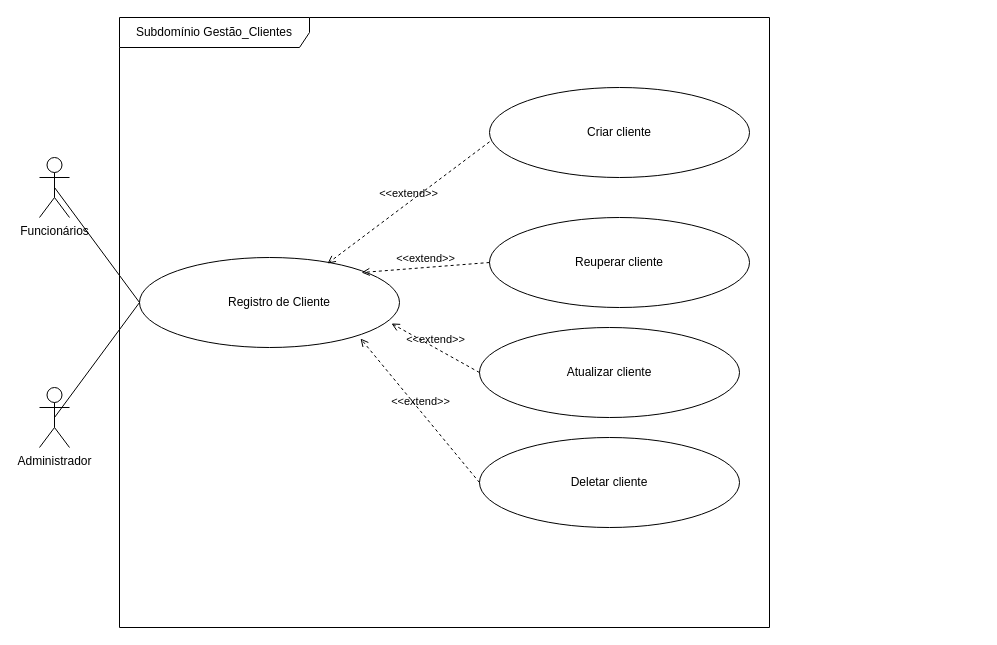
Earlier version of the draw.io diagram page "Subdomínio-Gestão_Clientes" (2 of 5) of requirements/feedtrack-caso-uso.drawio (equipe-feedtrack/feedtrack-server). Source tidied: cells renumbered, new cells numbered last; positions are measured from the earlier drawing's top-left corner, leaving out a move shared by most shapes. Both pictures are drawn from the tidied source at 100%, with x=0, y=0 at pixel (39, 17).
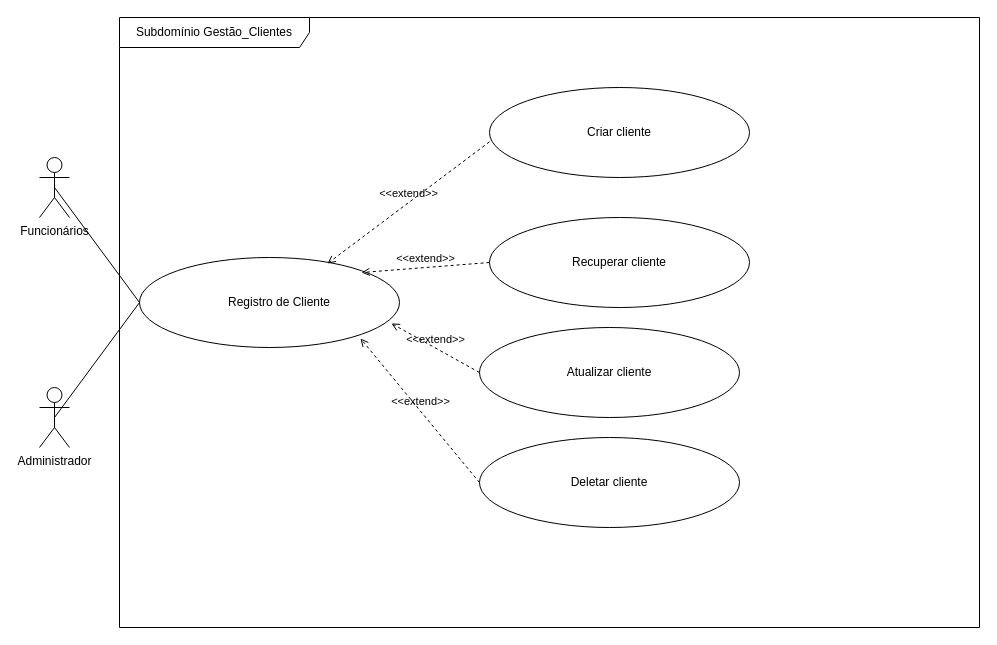
The same page after the edit.

The change refers to these unchanged cells:
```xml
<mxCell id="9" style="shape=ellipse;horizontal=1;html=1;dashed=0;" parent="4" vertex="1">
  <mxGeometry x="370" y="200" width="260" height="90" as="geometry" />
</mxCell>
```

The edit, as a diff of the source:
```diff
@@
     <mxCell id="4" value="Subdomínio Gestão_Clien&lt;span style=&quot;background-color: transparent;&quot;&gt;tes&lt;/span&gt;" style="shape=umlFrame;whiteSpace=wrap;html=1;width=190;height=30;" parent="1" vertex="1">
-      <mxGeometry x="80" width="650" height="610" as="geometry" />
+      <mxGeometry x="80" width="860" height="610" as="geometry" />
     </mxCell>
@@
-    <mxCell id="10" value="Reuperar cliente" style="html=1;strokeColor=none;fillColor=none;align=center;verticalAlign=middle;whiteSpace=wrap;" parent="9" vertex="1">
+    <mxCell id="10" value="Recuperar cliente" style="html=1;strokeColor=none;fillColor=none;align=center;verticalAlign=middle;whiteSpace=wrap;" parent="9" vertex="1">
       <mxGeometry y="26.5" width="260" height="37.1" as="geometry" />
     </mxCell>
```
